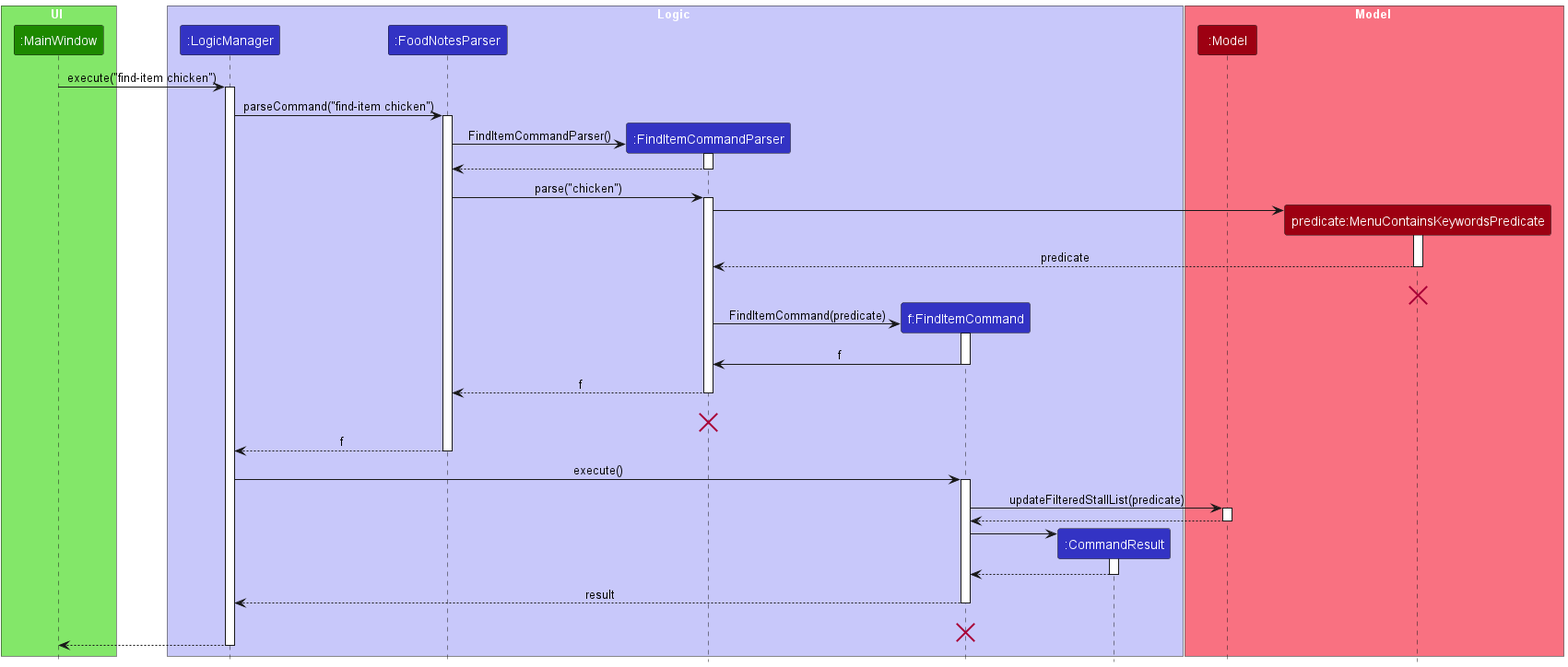
This is docs/images/FindItemSequenceDiagram.png from teoks0199/tp, a PlantUML export, as it was before one commit. Its diagram source:
```plantuml
@startuml
!include style.puml
skinparam ArrowFontStyle plain

box UI UI_COLOR_T1
participant ":MainWindow" as MainWindow UI_COLOR
end box

box Logic LOGIC_COLOR_T1
participant ":LogicManager" as LogicManager LOGIC_COLOR
participant ":FoodNotesParser" as FoodNotesParser LOGIC_COLOR
participant ":FindItemCommandParser" as FindItemCommandParser LOGIC_COLOR
participant "f:FindItemCommand" as FindItemCommand LOGIC_COLOR
participant ":CommandResult" as CommandResult LOGIC_COLOR
end box

box Model MODEL_COLOR_T1
participant ":Model" as Model MODEL_COLOR
participant "predicate:MenuContainsKeywordsPredicate" as MenuContainsKeywordsPredicate MODEL_COLOR
end box
MainWindow -> LogicManager : execute("find-item chicken")
activate LogicManager

LogicManager -> FoodNotesParser : parseCommand("find-item chicken")
activate FoodNotesParser

create FindItemCommandParser
FoodNotesParser -> FindItemCommandParser :FindItemCommandParser()
activate FindItemCommandParser



FindItemCommandParser --> FoodNotesParser
deactivate FindItemCommandParser

FoodNotesParser -> FindItemCommandParser :parse("chicken")
activate FindItemCommandParser

create MenuContainsKeywordsPredicate
FindItemCommandParser -> MenuContainsKeywordsPredicate


activate MenuContainsKeywordsPredicate

MenuContainsKeywordsPredicate --> FindItemCommandParser : predicate

deactivate MenuContainsKeywordsPredicate
MenuContainsKeywordsPredicate -[hidden]-> FindItemCommandParser : result
destroy MenuContainsKeywordsPredicate

create FindItemCommand
FindItemCommandParser -> FindItemCommand : FindItemCommand(predicate)
activate FindItemCommand
FindItemCommand -> FindItemCommandParser : f
deactivate FindItemCommand

FindItemCommandParser --> FoodNotesParser: f
deactivate FindItemCommandParser
FindItemCommandParser -[hidden]-> FoodNotesParser : result
destroy FindItemCommandParser

FoodNotesParser --> LogicManager : f
deactivate FoodNotesParser

LogicManager -> FindItemCommand : execute()
activate FindItemCommand

FindItemCommand -> Model : updateFilteredStallList(predicate)
activate Model


Model --> FindItemCommand
deactivate Model

create CommandResult
FindItemCommand -> CommandResult
activate CommandResult

CommandResult --> FindItemCommand
deactivate CommandResult


FindItemCommand --> LogicManager : result
deactivate FindItemCommand
FindItemCommand -[hidden]-> LogicManager : result
destroy FindItemCommand



MainWindow <--LogicManager
deactivate LogicManager
@enduml
```
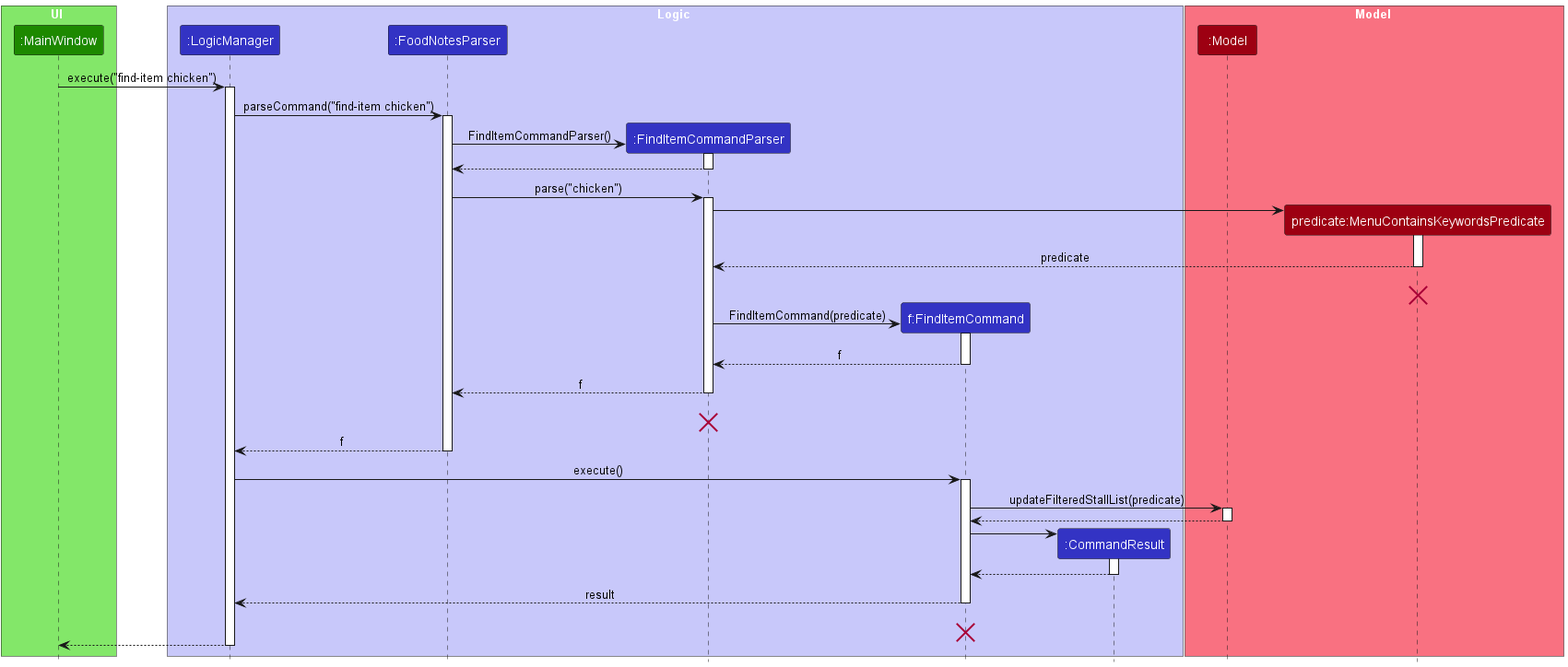
Later version of the same file.

Commit message:
Fix checkstyle and sequence diagram

The edit, as a diff of the source:
```diff
@@ -51,7 +51,7 @@
 create FindItemCommand
 FindItemCommandParser -> FindItemCommand : FindItemCommand(predicate)
 activate FindItemCommand
-FindItemCommand -> FindItemCommandParser : f
+FindItemCommand --> FindItemCommandParser : f
 deactivate FindItemCommand
 
 FindItemCommandParser --> FoodNotesParser: f
```
